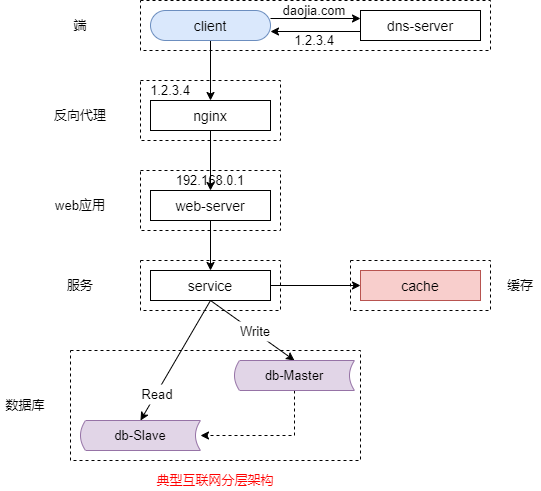
The draw.io diagram 沈剑的架构师训练营课程笔录/image/ch3-16-典型互联网分层架构.png in acomma/notes, before a commit. Source tidied: cells renumbered, new cells last; positions are measured from the earlier drawing's top-left corner, leaving out a move shared by most shapes.
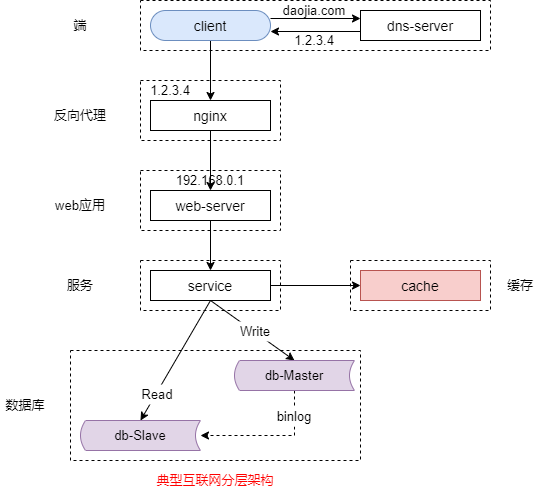
After the commit.

Change to the diagram source:
```diff
@@ -116,5 +116,8 @@
     <mxCell id="37" value="数据库" style="text;html=1;strokeColor=none;fillColor=none;align=center;verticalAlign=middle;whiteSpace=wrap;rounded=0;dashed=1;fontFamily=Helvetica;fontSize=13;" parent="1" vertex="1">
       <mxGeometry y="395" width="50" height="20" as="geometry" />
     </mxCell>
+    <mxCell id="38" value="binlog" style="text;html=1;strokeColor=none;fillColor=#ffffff;align=center;verticalAlign=middle;whiteSpace=wrap;rounded=0;dashed=1;fontFamily=Helvetica;fontSize=13;" parent="1" vertex="1">
+      <mxGeometry x="274" y="406" width="40" height="20" as="geometry" />
+    </mxCell>
   </root>
 </mxGraphModel>
```
